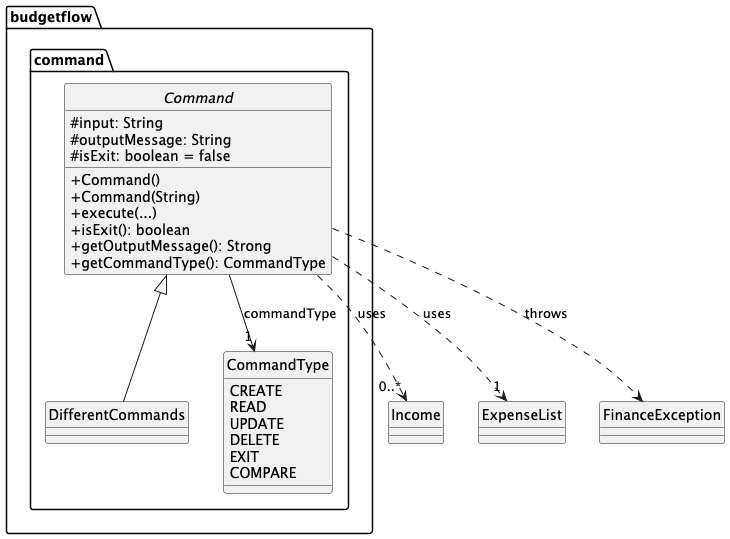
The PlantUML diagram docs/images/Command_class.png in thienkimtranhoang/tp, before a commit.
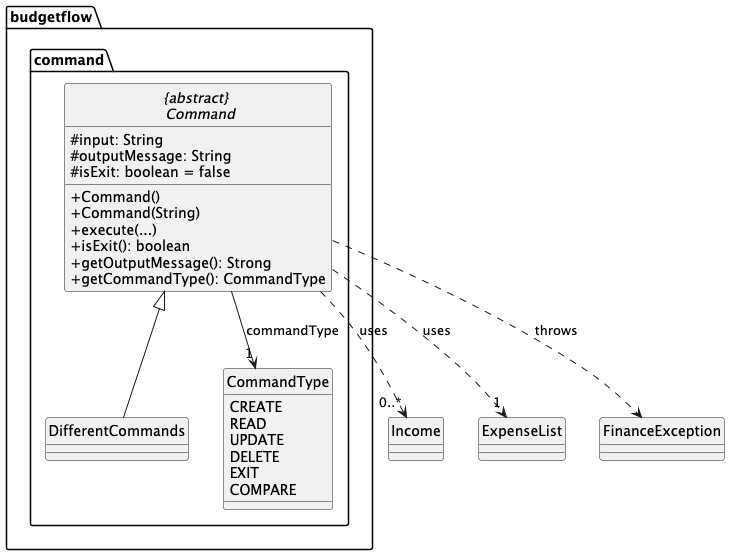
The same file after the commit.

What changed in the source:
```diff
@@ -2,7 +2,7 @@
 hide circle
 skinparam classAttributeIconSize 0
 package budgetflow.command {
-    abstract class Command {
+    abstract class "{abstract} \n Command" {
         #input: String
         #outputMessage: String
         #isExit: boolean = false
@@ -28,11 +28,11 @@
 class ExpenseList
 
 class FinanceException
-DifferentCommands -up-|> Command
-Command ..> "0..*" Income:  uses
-Command ..> "1" ExpenseList: uses
-Command --> "1" CommandType: commandType
-Command ..> FinanceException: throws
+DifferentCommands -up-|> "{abstract} \n Command"
+"{abstract} \n Command" ..> "0..*" Income:  uses
+"{abstract} \n Command" ..> "1" ExpenseList: uses
+"{abstract} \n Command" --> "1" CommandType: commandType
+"{abstract} \n Command" ..> FinanceException: throws
 
 
 @enduml
```
